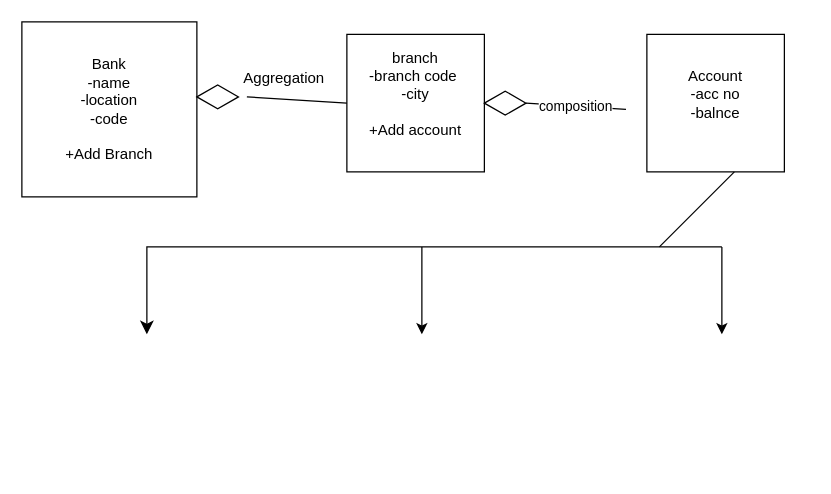
utkarshcse2026/SWE-Lab-Sem6- keeps this draw.io diagram as 7Apr.drawio. Above is the earlier version. Source tidied: cells renumbered, new cells numbered last; positions are measured from the earlier drawing's top-left corner, leaving out a move shared by most shapes. Both pictures are drawn from the tidied source at 125%, with x=0, y=0 at pixel (21, 21).
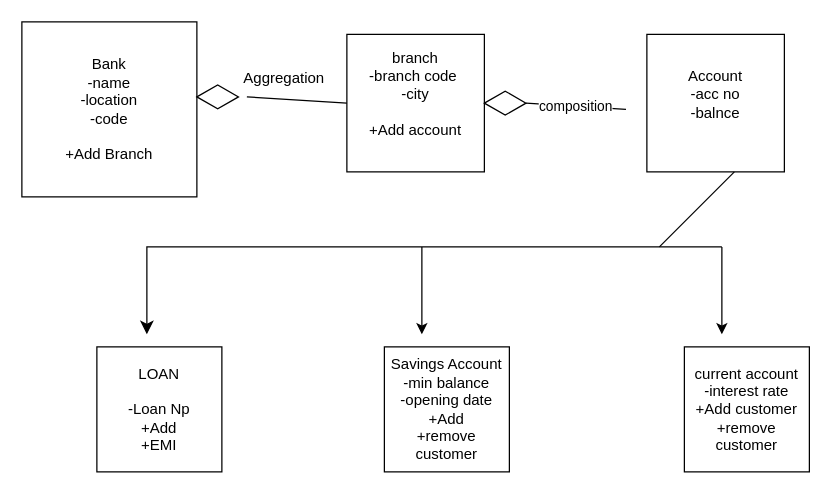
Above is the later version.

Diff of the diagram source:
```diff
@@
+    <mxCell id="14" value="LOAN&lt;br&gt;&lt;br&gt;-Loan Np&lt;br&gt;+Add&lt;br&gt;+EMI" style="whiteSpace=wrap;html=1;" parent="1" vertex="1">
+      <mxGeometry x="60" y="260" width="100" height="100" as="geometry" />
+    </mxCell>
+    <mxCell id="15" value="Savings Account&lt;br&gt;-min balance&lt;br&gt;-opening date&lt;br&gt;+Add&lt;br&gt;+remove customer" style="whiteSpace=wrap;html=1;" parent="1" vertex="1">
+      <mxGeometry x="290" y="260" width="100" height="100" as="geometry" />
+    </mxCell>
+    <mxCell id="16" value="current account&lt;br&gt;-interest rate&lt;br&gt;+Add customer&lt;br&gt;+remove customer" style="whiteSpace=wrap;html=1;" parent="1" vertex="1">
+      <mxGeometry x="530" y="260" width="100" height="100" as="geometry" />
+    </mxCell>
```
